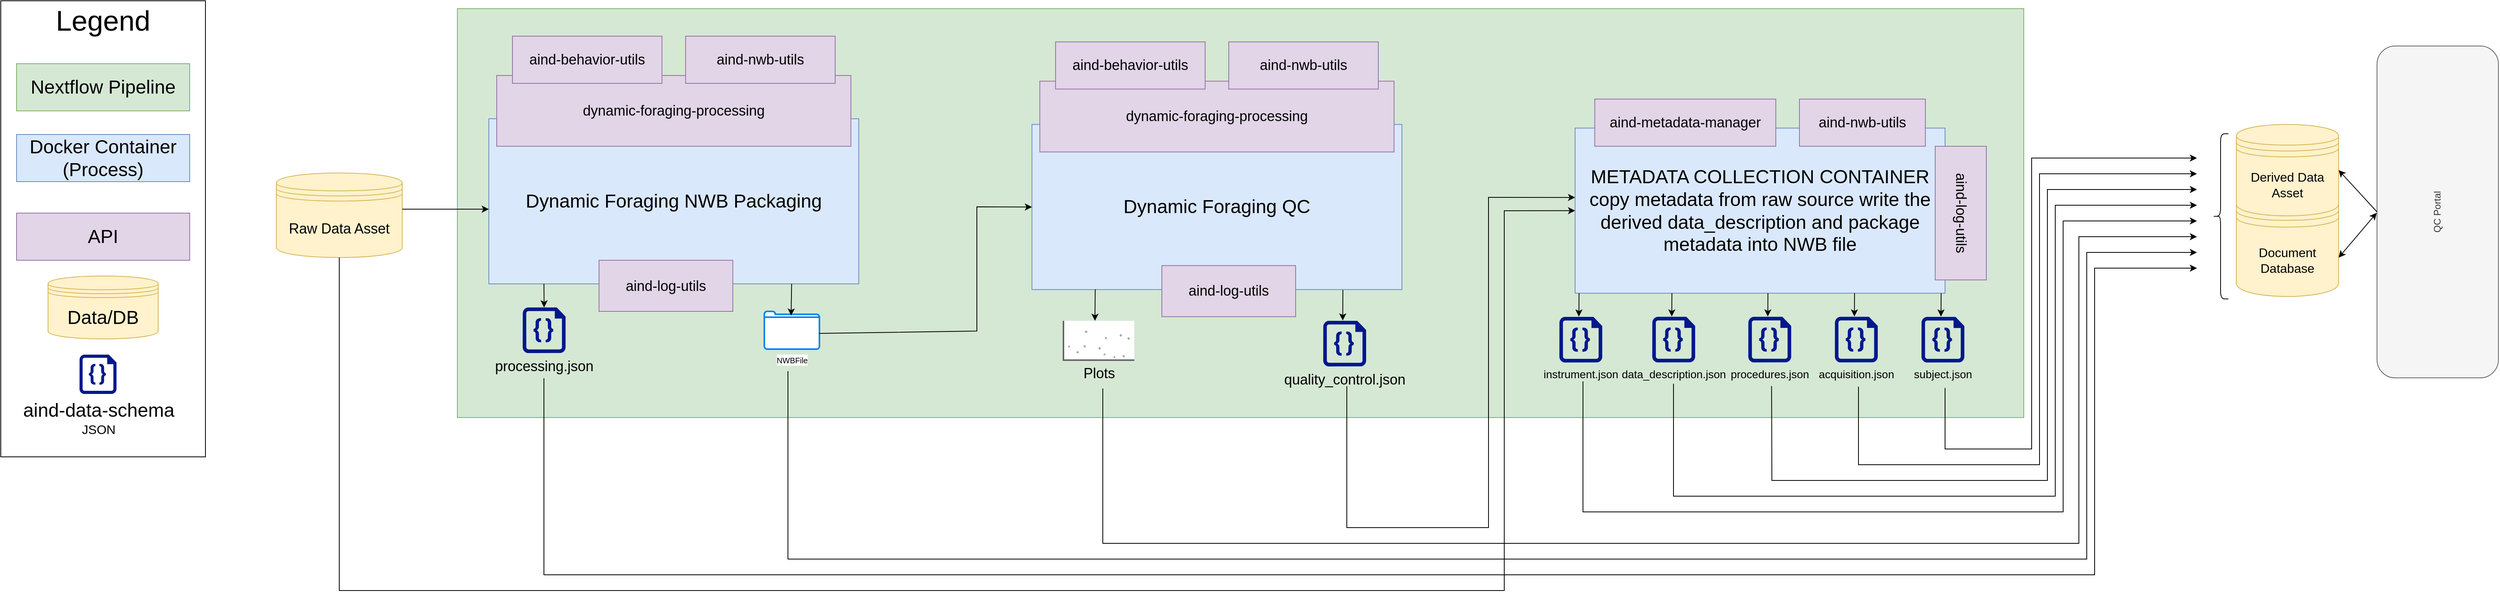
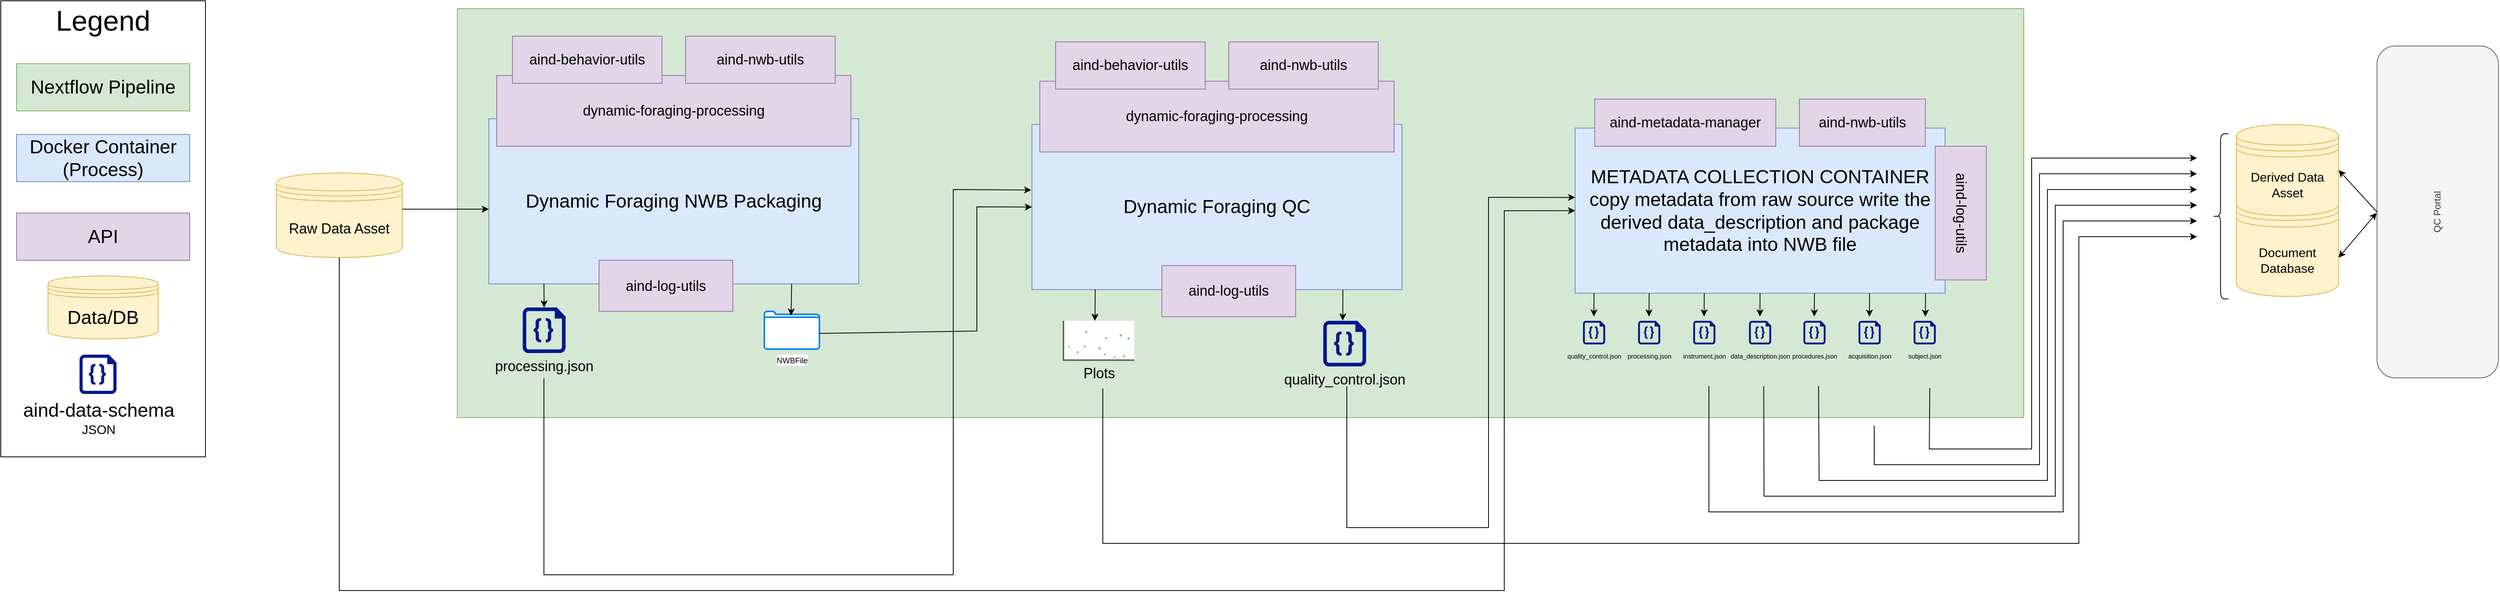
<mxfile host="Electron" agent="Mozilla/5.0 (Windows NT 10.0; Win64; x64) AppleWebKit/537.36 (KHTML, like Gecko) draw.io/29.2.9 Chrome/140.0.7339.249 Electron/38.7.2 Safari/537.36" version="29.2.9">
  <diagram name="Page-1" id="vGwxghS2Jf0l3ObwOOUD">
-     <mxGraphModel dx="1216" dy="1235" grid="1" gridSize="10" guides="1" tooltips="1" connect="1" arrows="1" fold="1" page="1" pageScale="1" pageWidth="850" pageHeight="1100" math="0" shadow="0">
+     <mxGraphModel dx="579" dy="1084" grid="1" gridSize="10" guides="1" tooltips="1" connect="1" arrows="1" fold="1" page="1" pageScale="1" pageWidth="850" pageHeight="1100" math="0" shadow="0">
      <root>
        <mxCell id="0" />
        <mxCell id="1" parent="0" />
        <mxCell id="ucD0ku87yjtAbwI87e6s-2" parent="1" style="rounded=0;whiteSpace=wrap;html=1;fillColor=#d5e8d4;strokeColor=#82b366;" value="" vertex="1">
          <mxGeometry height="520" width="1990" x="1430" y="360" as="geometry" />
        </mxCell>
        <mxCell id="ucD0ku87yjtAbwI87e6s-4" parent="1" style="shape=datastore;whiteSpace=wrap;html=1;fillColor=#fff2cc;strokeColor=#d6b656;" value="&lt;font style=&quot;font-size: 18px;&quot;&gt;Raw Data Asset&lt;/font&gt;" vertex="1">
          <mxGeometry height="107.5" width="160" x="1200" y="568.97" as="geometry" />
        </mxCell>
        <mxCell id="ucD0ku87yjtAbwI87e6s-8" parent="1" style="rounded=0;whiteSpace=wrap;html=1;fillColor=#dae8fc;strokeColor=#6c8ebf;" value="&lt;span style=&quot;font-size: 24px;&quot;&gt;METADATA COLLECTION CONTAINER&lt;/span&gt;&lt;br&gt;&lt;div&gt;&lt;font style=&quot;font-size: 24px;&quot;&gt;copy metadata from raw source write the derived data_description and package metadata into NWB file&lt;/font&gt;&lt;/div&gt;" vertex="1">
          <mxGeometry height="210" width="470" x="2850" y="511.88" as="geometry" />
        </mxCell>
        <mxCell id="ucD0ku87yjtAbwI87e6s-9" parent="1" style="rounded=0;whiteSpace=wrap;html=1;fillColor=#e1d5e7;strokeColor=#9673a6;" value="&lt;font style=&quot;font-size: 18px;&quot;&gt;aind-metadata-manager&lt;/font&gt;" vertex="1">
          <mxGeometry height="60" width="230" x="2875" y="475" as="geometry" />
        </mxCell>
        <mxCell id="ucD0ku87yjtAbwI87e6s-10" parent="1" style="rounded=0;whiteSpace=wrap;html=1;rotation=90;fillColor=#e1d5e7;strokeColor=#9673a6;" value="&lt;font style=&quot;font-size: 18px;&quot;&gt;aind-log-utils&lt;/font&gt;" vertex="1">
          <mxGeometry height="65" width="170" x="3255" y="587.5" as="geometry" />
        </mxCell>
        <mxCell id="ucD0ku87yjtAbwI87e6s-11" parent="1" style="rounded=0;whiteSpace=wrap;html=1;fillColor=#e1d5e7;strokeColor=#9673a6;" value="&lt;font style=&quot;font-size: 18px;&quot;&gt;aind-nwb-utils&lt;/font&gt;" vertex="1">
          <mxGeometry height="60" width="160" x="3135" y="475" as="geometry" />
        </mxCell>
        <mxCell id="ucD0ku87yjtAbwI87e6s-12" connectable="0" parent="1" style="group;fillColor=#fff2cc;strokeColor=#d6b656;" value="" vertex="1">
          <mxGeometry height="580" width="260" x="850" y="350" as="geometry" />
        </mxCell>
        <mxCell id="ucD0ku87yjtAbwI87e6s-13" parent="ucD0ku87yjtAbwI87e6s-12" style="rounded=0;whiteSpace=wrap;html=1;" value="" vertex="1">
          <mxGeometry height="580" width="260" as="geometry" />
        </mxCell>
        <mxCell id="ucD0ku87yjtAbwI87e6s-14" parent="ucD0ku87yjtAbwI87e6s-12" style="text;html=1;whiteSpace=wrap;strokeColor=none;fillColor=none;align=center;verticalAlign=middle;rounded=0;" value="&lt;font style=&quot;font-size: 36px;&quot;&gt;Legend&lt;/font&gt;" vertex="1">
          <mxGeometry height="30" width="60" x="100" y="10" as="geometry" />
        </mxCell>
        <mxCell id="ucD0ku87yjtAbwI87e6s-15" parent="ucD0ku87yjtAbwI87e6s-12" style="rounded=0;whiteSpace=wrap;html=1;fillColor=#d5e8d4;strokeColor=#82b366;" value="&lt;font style=&quot;font-size: 24px;&quot;&gt;Nextflow Pipeline&lt;/font&gt;" vertex="1">
          <mxGeometry height="60" width="220" x="20" y="80" as="geometry" />
        </mxCell>
        <mxCell id="ucD0ku87yjtAbwI87e6s-16" parent="ucD0ku87yjtAbwI87e6s-12" style="rounded=0;whiteSpace=wrap;html=1;fillColor=#dae8fc;strokeColor=#6c8ebf;" value="&lt;font style=&quot;font-size: 24px;&quot;&gt;Docker Container (Process)&lt;/font&gt;" vertex="1">
          <mxGeometry height="60" width="220" x="20" y="170" as="geometry" />
        </mxCell>
        <mxCell id="ucD0ku87yjtAbwI87e6s-17" parent="ucD0ku87yjtAbwI87e6s-12" style="rounded=0;whiteSpace=wrap;html=1;fillColor=#e1d5e7;strokeColor=#9673a6;" value="&lt;font style=&quot;font-size: 24px;&quot;&gt;API&lt;/font&gt;" vertex="1">
          <mxGeometry height="60" width="220" x="20" y="270" as="geometry" />
        </mxCell>
        <mxCell id="ucD0ku87yjtAbwI87e6s-18" parent="ucD0ku87yjtAbwI87e6s-12" style="shape=datastore;whiteSpace=wrap;html=1;fillColor=#fff2cc;strokeColor=#d6b656;" value="&lt;font style=&quot;font-size: 24px;&quot;&gt;Data/DB&lt;/font&gt;" vertex="1">
          <mxGeometry height="80" width="140" x="60" y="350" as="geometry" />
        </mxCell>
        <mxCell id="ucD0ku87yjtAbwI87e6s-19" parent="ucD0ku87yjtAbwI87e6s-12" style="sketch=0;aspect=fixed;pointerEvents=1;shadow=0;dashed=0;html=1;strokeColor=none;labelPosition=center;verticalLabelPosition=bottom;verticalAlign=top;align=center;fillColor=#00188D;shape=mxgraph.azure.code_file" value="&lt;font style=&quot;font-size: 24px;&quot;&gt;aind-data-schema&lt;/font&gt;&lt;div&gt;&lt;font size=&quot;3&quot;&gt;JSON&lt;/font&gt;&lt;/div&gt;" vertex="1">
          <mxGeometry height="50" width="47" x="100" y="450" as="geometry" />
        </mxCell>
        <mxCell id="ucD0ku87yjtAbwI87e6s-22" parent="1" style="rounded=0;whiteSpace=wrap;html=1;fillColor=#dae8fc;strokeColor=#6c8ebf;" value="&lt;span style=&quot;font-size: 24px;&quot;&gt;Dynamic Foraging NWB Packaging&lt;/span&gt;" vertex="1">
          <mxGeometry height="210" width="470" x="1470" y="500" as="geometry" />
        </mxCell>
        <mxCell id="ucD0ku87yjtAbwI87e6s-23" parent="1" style="rounded=0;whiteSpace=wrap;html=1;fillColor=#e1d5e7;strokeColor=#9673a6;" value="&lt;font style=&quot;font-size: 18px;&quot;&gt;dynamic-foraging-processing&lt;/font&gt;" vertex="1">
          <mxGeometry height="90" width="450" x="1480" y="445" as="geometry" />
        </mxCell>
        <mxCell id="ucD0ku87yjtAbwI87e6s-24" parent="1" style="rounded=0;whiteSpace=wrap;html=1;fillColor=#e1d5e7;strokeColor=#9673a6;" value="&lt;font style=&quot;font-size: 18px;&quot;&gt;aind-nwb-utils&lt;/font&gt;" vertex="1">
          <mxGeometry height="60" width="190" x="1720" y="395" as="geometry" />
        </mxCell>
        <mxCell id="ucD0ku87yjtAbwI87e6s-25" parent="1" style="rounded=0;whiteSpace=wrap;html=1;fillColor=#e1d5e7;strokeColor=#9673a6;" value="&lt;font style=&quot;font-size: 18px;&quot;&gt;aind-behavior-utils&lt;/font&gt;" vertex="1">
          <mxGeometry height="60" width="190" x="1500" y="395" as="geometry" />
        </mxCell>
        <mxCell id="ucD0ku87yjtAbwI87e6s-26" parent="1" style="rounded=0;whiteSpace=wrap;html=1;rotation=0;fillColor=#e1d5e7;strokeColor=#9673a6;" value="&lt;font style=&quot;font-size: 18px;&quot;&gt;aind-log-utils&lt;/font&gt;" vertex="1">
          <mxGeometry height="65" width="170" x="1610" y="680" as="geometry" />
        </mxCell>
        <mxCell id="ucD0ku87yjtAbwI87e6s-33" parent="1" style="shape=datastore;whiteSpace=wrap;html=1;fillColor=#fff2cc;strokeColor=#d6b656;" value="&lt;font size=&quot;3&quot;&gt;Document Database&lt;/font&gt;" vertex="1">
          <mxGeometry height="135" width="130" x="3690" y="591.01" as="geometry" />
        </mxCell>
        <mxCell id="ucD0ku87yjtAbwI87e6s-34" parent="1" style="shape=datastore;whiteSpace=wrap;html=1;fillColor=#fff2cc;strokeColor=#d6b656;" value="&lt;font size=&quot;3&quot;&gt;Derived Data Asset&lt;/font&gt;" vertex="1">
          <mxGeometry height="116.25" width="130" x="3690" y="507.26" as="geometry" />
        </mxCell>
        <mxCell id="ucD0ku87yjtAbwI87e6s-37" parent="1" style="rounded=1;whiteSpace=wrap;html=1;rotation=-90;fillColor=#f5f5f5;strokeColor=#666666;fontColor=#333333;" value="QC Portal" vertex="1">
          <mxGeometry height="154.25" width="422.06" x="3734.85" y="541.35" as="geometry" />
        </mxCell>
        <mxCell id="ucD0ku87yjtAbwI87e6s-38" edge="1" parent="1" source="ucD0ku87yjtAbwI87e6s-37" style="endArrow=classic;html=1;rounded=0;exitX=0.5;exitY=0;exitDx=0;exitDy=0;entryX=1;entryY=0.5;entryDx=0;entryDy=0;" target="ucD0ku87yjtAbwI87e6s-34" value="">
          <mxGeometry height="50" relative="1" width="50" as="geometry">
            <mxPoint x="3860" y="586.63" as="sourcePoint" />
            <mxPoint x="3830" y="826.63" as="targetPoint" />
          </mxGeometry>
        </mxCell>
        <mxCell id="ucD0ku87yjtAbwI87e6s-39" edge="1" parent="1" style="endArrow=classic;startArrow=classic;html=1;rounded=0;entryX=0.497;entryY=-0.003;entryDx=0;entryDy=0;entryPerimeter=0;" target="ucD0ku87yjtAbwI87e6s-37" value="">
          <mxGeometry height="50" relative="1" width="50" as="geometry">
            <mxPoint x="3820" y="676.63" as="sourcePoint" />
            <mxPoint x="3870" y="626.63" as="targetPoint" />
          </mxGeometry>
        </mxCell>
        <mxCell id="XBMijPbnRn5yzxOUSNuw-1" parent="1" style="sketch=0;aspect=fixed;pointerEvents=1;shadow=0;dashed=0;html=1;strokeColor=none;labelPosition=center;verticalLabelPosition=bottom;verticalAlign=top;align=center;fillColor=#00188D;shape=mxgraph.azure.code_file" value="&lt;span style=&quot;font-size: 18px;&quot;&gt;processing.json&lt;/span&gt;" vertex="1">
          <mxGeometry height="58" width="54.52" x="1513" y="740" as="geometry" />
        </mxCell>
        <mxCell id="XBMijPbnRn5yzxOUSNuw-2" parent="1" style="sketch=0;aspect=fixed;pointerEvents=1;shadow=0;dashed=0;html=1;strokeColor=none;labelPosition=center;verticalLabelPosition=bottom;verticalAlign=top;align=center;fillColor=#00188D;shape=mxgraph.azure.code_file" value="&lt;span style=&quot;font-size: 18px;&quot;&gt;quality_control.json&lt;/span&gt;" vertex="1">
          <mxGeometry height="58" width="54.52" x="2530" y="757" as="geometry" />
        </mxCell>
        <mxCell id="XBMijPbnRn5yzxOUSNuw-3" edge="1" parent="1" source="ucD0ku87yjtAbwI87e6s-22" style="endArrow=classic;html=1;rounded=0;exitX=0.149;exitY=1;exitDx=0;exitDy=0;exitPerimeter=0;entryX=0.5;entryY=0;entryDx=0;entryDy=0;entryPerimeter=0;" target="XBMijPbnRn5yzxOUSNuw-1" value="">
          <mxGeometry height="50" relative="1" width="50" as="geometry">
            <mxPoint x="1570" y="950" as="sourcePoint" />
            <mxPoint x="1620" y="900" as="targetPoint" />
          </mxGeometry>
        </mxCell>
        <mxCell id="XBMijPbnRn5yzxOUSNuw-4" edge="1" parent="1" style="endArrow=classic;html=1;rounded=0;exitX=0.149;exitY=1;exitDx=0;exitDy=0;exitPerimeter=0;entryX=0.455;entryY=-0.007;entryDx=0;entryDy=0;entryPerimeter=0;" target="XBMijPbnRn5yzxOUSNuw-2" value="">
          <mxGeometry height="50" relative="1" width="50" as="geometry">
            <mxPoint x="2555" y="717.26" as="sourcePoint" />
            <mxPoint x="2555" y="747.26" as="targetPoint" />
          </mxGeometry>
        </mxCell>
        <mxCell id="ac3s_IaSw4kxKbjggmrB-1" parent="1" style="rounded=0;whiteSpace=wrap;html=1;fillColor=#dae8fc;strokeColor=#6c8ebf;" value="&lt;div&gt;&lt;font style=&quot;font-size: 24px;&quot;&gt;Dynamic Foraging QC&lt;/font&gt;&lt;/div&gt;" vertex="1">
          <mxGeometry height="210" width="470" x="2160" y="507.26" as="geometry" />
        </mxCell>
        <mxCell id="ac3s_IaSw4kxKbjggmrB-3" parent="1" style="rounded=0;whiteSpace=wrap;html=1;rotation=0;fillColor=#e1d5e7;strokeColor=#9673a6;" value="&lt;font style=&quot;font-size: 18px;&quot;&gt;aind-log-utils&lt;/font&gt;" vertex="1">
          <mxGeometry height="65" width="170" x="2325" y="686.75" as="geometry" />
        </mxCell>
        <mxCell id="ac3s_IaSw4kxKbjggmrB-5" parent="1" style="rounded=0;whiteSpace=wrap;html=1;fillColor=#e1d5e7;strokeColor=#9673a6;" value="&lt;font style=&quot;font-size: 18px;&quot;&gt;dynamic-foraging-processing&lt;/font&gt;" vertex="1">
          <mxGeometry height="90" width="450" x="2170" y="452.25" as="geometry" />
        </mxCell>
        <mxCell id="ac3s_IaSw4kxKbjggmrB-6" parent="1" style="rounded=0;whiteSpace=wrap;html=1;fillColor=#e1d5e7;strokeColor=#9673a6;" value="&lt;font style=&quot;font-size: 18px;&quot;&gt;aind-nwb-utils&lt;/font&gt;" vertex="1">
          <mxGeometry height="60" width="190" x="2410" y="402.25" as="geometry" />
        </mxCell>
        <mxCell id="ac3s_IaSw4kxKbjggmrB-7" parent="1" style="rounded=0;whiteSpace=wrap;html=1;fillColor=#e1d5e7;strokeColor=#9673a6;" value="&lt;font style=&quot;font-size: 18px;&quot;&gt;aind-behavior-utils&lt;/font&gt;" vertex="1">
          <mxGeometry height="60" width="190" x="2190" y="402.25" as="geometry" />
        </mxCell>
        <mxCell id="ac3s_IaSw4kxKbjggmrB-8" parent="1" style="verticalLabelPosition=bottom;shadow=0;dashed=0;align=center;html=1;verticalAlign=top;strokeWidth=1;shape=mxgraph.mockup.graphics.plotChart;strokeColor=none;strokeColor2=#aaaaaa;strokeColor3=#666666;fillColor2=#99aaff,#0022ff,#008cff;" value="&lt;font style=&quot;font-size: 18px;&quot;&gt;Plots&lt;/font&gt;" vertex="1">
          <mxGeometry height="50" width="90" x="2200" y="757" as="geometry" />
        </mxCell>
        <mxCell id="ac3s_IaSw4kxKbjggmrB-10" edge="1" parent="1" source="ac3s_IaSw4kxKbjggmrB-1" style="endArrow=classic;html=1;rounded=0;exitX=0.171;exitY=0.999;exitDx=0;exitDy=0;exitPerimeter=0;" value="">
          <mxGeometry height="50" relative="1" width="50" as="geometry">
            <mxPoint x="2240" y="724.26" as="sourcePoint" />
            <mxPoint x="2240" y="757" as="targetPoint" />
          </mxGeometry>
        </mxCell>
        <mxCell id="ac3s_IaSw4kxKbjggmrB-11" parent="1" style="html=1;verticalLabelPosition=bottom;align=center;labelBackgroundColor=#ffffff;verticalAlign=top;strokeWidth=2;strokeColor=#0080F0;shadow=0;dashed=0;shape=mxgraph.ios7.icons.folder;" value="&lt;font size=&quot;1&quot;&gt;NWBFile&lt;/font&gt;" vertex="1">
          <mxGeometry height="48" width="70" x="1820" y="745" as="geometry" />
        </mxCell>
        <mxCell id="ac3s_IaSw4kxKbjggmrB-12" edge="1" parent="1" style="endArrow=classic;html=1;rounded=0;exitX=0.149;exitY=1;exitDx=0;exitDy=0;exitPerimeter=0;entryX=0.486;entryY=0.111;entryDx=0;entryDy=0;entryPerimeter=0;" target="ac3s_IaSw4kxKbjggmrB-11" value="">
          <mxGeometry height="50" relative="1" width="50" as="geometry">
            <mxPoint x="1854.69" y="710" as="sourcePoint" />
            <mxPoint x="1854.69" y="740" as="targetPoint" />
          </mxGeometry>
        </mxCell>
-         <mxCell id="ac3s_IaSw4kxKbjggmrB-15" parent="1" style="sketch=0;aspect=fixed;pointerEvents=1;shadow=0;dashed=0;html=1;strokeColor=none;labelPosition=center;verticalLabelPosition=bottom;verticalAlign=top;align=center;fillColor=#00188D;shape=mxgraph.azure.code_file" value="&lt;font style=&quot;font-size: 14px;&quot;&gt;data_description.json&lt;/font&gt;" vertex="1">
-           <mxGeometry height="58" width="54.52" x="2948" y="751.88" as="geometry" />
-         </mxCell>
-         <mxCell id="ac3s_IaSw4kxKbjggmrB-16" edge="1" parent="1" style="endArrow=classic;html=1;rounded=0;exitX=0.149;exitY=1;exitDx=0;exitDy=0;exitPerimeter=0;entryX=0.455;entryY=-0.007;entryDx=0;entryDy=0;entryPerimeter=0;" target="ac3s_IaSw4kxKbjggmrB-15" value="">
-           <mxGeometry height="50" relative="1" width="50" as="geometry">
-             <mxPoint x="2973" y="721.88" as="sourcePoint" />
-             <mxPoint x="2973" y="751.88" as="targetPoint" />
-           </mxGeometry>
-         </mxCell>
-         <mxCell id="ac3s_IaSw4kxKbjggmrB-19" parent="1" style="sketch=0;aspect=fixed;pointerEvents=1;shadow=0;dashed=0;html=1;strokeColor=none;labelPosition=center;verticalLabelPosition=bottom;verticalAlign=top;align=center;fillColor=#00188D;shape=mxgraph.azure.code_file" value="&lt;font style=&quot;font-size: 14px;&quot;&gt;acquisition.json&lt;/font&gt;" vertex="1">
-           <mxGeometry height="58" width="54.52" x="3180" y="751.88" as="geometry" />
-         </mxCell>
-         <mxCell id="ac3s_IaSw4kxKbjggmrB-20" edge="1" parent="1" style="endArrow=classic;html=1;rounded=0;exitX=0.149;exitY=1;exitDx=0;exitDy=0;exitPerimeter=0;entryX=0.455;entryY=-0.007;entryDx=0;entryDy=0;entryPerimeter=0;" target="ac3s_IaSw4kxKbjggmrB-19" value="">
-           <mxGeometry height="50" relative="1" width="50" as="geometry">
-             <mxPoint x="3205" y="721.88" as="sourcePoint" />
-             <mxPoint x="3205" y="751.88" as="targetPoint" />
-           </mxGeometry>
-         </mxCell>
-         <mxCell id="ac3s_IaSw4kxKbjggmrB-23" parent="1" style="sketch=0;aspect=fixed;pointerEvents=1;shadow=0;dashed=0;html=1;strokeColor=none;labelPosition=center;verticalLabelPosition=bottom;verticalAlign=top;align=center;fillColor=#00188D;shape=mxgraph.azure.code_file" value="&lt;font style=&quot;font-size: 14px;&quot;&gt;instrument.json&lt;/font&gt;" vertex="1">
-           <mxGeometry height="58" width="54.52" x="2830" y="752" as="geometry" />
-         </mxCell>
-         <mxCell id="ac3s_IaSw4kxKbjggmrB-24" edge="1" parent="1" style="endArrow=classic;html=1;rounded=0;exitX=0.149;exitY=1;exitDx=0;exitDy=0;exitPerimeter=0;entryX=0.455;entryY=-0.007;entryDx=0;entryDy=0;entryPerimeter=0;" target="ac3s_IaSw4kxKbjggmrB-23" value="">
-           <mxGeometry height="50" relative="1" width="50" as="geometry">
-             <mxPoint x="2855" y="722" as="sourcePoint" />
-             <mxPoint x="2855" y="752" as="targetPoint" />
-           </mxGeometry>
-         </mxCell>
-         <mxCell id="ac3s_IaSw4kxKbjggmrB-25" parent="1" style="sketch=0;aspect=fixed;pointerEvents=1;shadow=0;dashed=0;html=1;strokeColor=none;labelPosition=center;verticalLabelPosition=bottom;verticalAlign=top;align=center;fillColor=#00188D;shape=mxgraph.azure.code_file" value="&lt;font style=&quot;font-size: 14px;&quot;&gt;subject.json&lt;/font&gt;" vertex="1">
-           <mxGeometry height="58" width="54.52" x="3290" y="752" as="geometry" />
-         </mxCell>
-         <mxCell id="ac3s_IaSw4kxKbjggmrB-26" edge="1" parent="1" style="endArrow=classic;html=1;rounded=0;exitX=0.149;exitY=1;exitDx=0;exitDy=0;exitPerimeter=0;entryX=0.455;entryY=-0.007;entryDx=0;entryDy=0;entryPerimeter=0;" target="ac3s_IaSw4kxKbjggmrB-25" value="">
-           <mxGeometry height="50" relative="1" width="50" as="geometry">
-             <mxPoint x="3315" y="722" as="sourcePoint" />
-             <mxPoint x="3315" y="752" as="targetPoint" />
-           </mxGeometry>
-         </mxCell>
-         <mxCell id="ac3s_IaSw4kxKbjggmrB-27" parent="1" style="sketch=0;aspect=fixed;pointerEvents=1;shadow=0;dashed=0;html=1;strokeColor=none;labelPosition=center;verticalLabelPosition=bottom;verticalAlign=top;align=center;fillColor=#00188D;shape=mxgraph.azure.code_file" value="&lt;font style=&quot;font-size: 14px;&quot;&gt;procedures.json&lt;/font&gt;" vertex="1">
-           <mxGeometry height="58" width="54.52" x="3070" y="751.88" as="geometry" />
-         </mxCell>
-         <mxCell id="ac3s_IaSw4kxKbjggmrB-28" edge="1" parent="1" style="endArrow=classic;html=1;rounded=0;exitX=0.149;exitY=1;exitDx=0;exitDy=0;exitPerimeter=0;entryX=0.455;entryY=-0.007;entryDx=0;entryDy=0;entryPerimeter=0;" target="ac3s_IaSw4kxKbjggmrB-27" value="">
-           <mxGeometry height="50" relative="1" width="50" as="geometry">
-             <mxPoint x="3095" y="721.88" as="sourcePoint" />
-             <mxPoint x="3095" y="751.88" as="targetPoint" />
-           </mxGeometry>
-         </mxCell>
-         <mxCell id="ac3s_IaSw4kxKbjggmrB-29" edge="1" parent="1" style="endArrow=classic;html=1;rounded=0;" value="">
+         <mxCell id="ac3s_IaSw4kxKbjggmrB-16" edge="1" parent="1" style="endArrow=classic;html=1;rounded=0;exitX=0.149;exitY=1;exitDx=0;exitDy=0;exitPerimeter=0;entryX=0.455;entryY=-0.007;entryDx=0;entryDy=0;entryPerimeter=0;" value="">
+           <mxGeometry height="50" relative="1" width="50" as="geometry">
+             <mxPoint x="3014.08" y="721.88" as="sourcePoint" />
+             <mxPoint x="3013.8866" y="751.4739999999999" as="targetPoint" />
+           </mxGeometry>
+         </mxCell>
+         <mxCell id="ac3s_IaSw4kxKbjggmrB-24" edge="1" parent="1" style="endArrow=classic;html=1;rounded=0;exitX=0.149;exitY=1;exitDx=0;exitDy=0;exitPerimeter=0;entryX=0.455;entryY=-0.007;entryDx=0;entryDy=0;entryPerimeter=0;" value="">
+           <mxGeometry height="50" relative="1" width="50" as="geometry">
+             <mxPoint x="2874.08" y="721.88" as="sourcePoint" />
+             <mxPoint x="2873.8866" y="751.474" as="targetPoint" />
+           </mxGeometry>
+         </mxCell>
+         <mxCell id="ac3s_IaSw4kxKbjggmrB-25" parent="1" style="sketch=0;aspect=fixed;pointerEvents=1;shadow=0;dashed=0;html=1;strokeColor=none;labelPosition=center;verticalLabelPosition=bottom;verticalAlign=top;align=center;fillColor=#00188D;shape=mxgraph.azure.code_file" value="&lt;font style=&quot;font-size: 8px;&quot;&gt;subject.json&lt;/font&gt;" vertex="1">
+           <mxGeometry height="30" width="28.2" x="3280" y="757" as="geometry" />
+         </mxCell>
+         <mxCell id="ac3s_IaSw4kxKbjggmrB-28" edge="1" parent="1" style="endArrow=classic;html=1;rounded=0;exitX=0.149;exitY=1;exitDx=0;exitDy=0;exitPerimeter=0;entryX=0.455;entryY=-0.007;entryDx=0;entryDy=0;entryPerimeter=0;" value="">
+           <mxGeometry height="50" relative="1" width="50" as="geometry">
+             <mxPoint x="3084.98" y="721.88" as="sourcePoint" />
+             <mxPoint x="3084.7866" y="751.4739999999999" as="targetPoint" />
+           </mxGeometry>
+         </mxCell>
+         <mxCell id="ac3s_IaSw4kxKbjggmrB-29" edge="1" parent="1" style="endArrow=classic;html=1;rounded=0;entryX=-0.002;entryY=0.397;entryDx=0;entryDy=0;entryPerimeter=0;" target="ac3s_IaSw4kxKbjggmrB-1" value="">
          <mxGeometry height="50" relative="1" width="50" as="geometry">
            <Array as="points">
              <mxPoint x="1540" y="1080" />
-               <mxPoint x="3510" y="1080" />
-               <mxPoint x="3510" y="690" />
+               <mxPoint x="2060" y="1080" />
+               <mxPoint x="2060" y="590" />
            </Array>
            <mxPoint x="1540" y="830" as="sourcePoint" />
            <mxPoint x="3640" y="690" as="targetPoint" />
-           </mxGeometry>
-         </mxCell>
-         <mxCell id="ac3s_IaSw4kxKbjggmrB-30" edge="1" parent="1" style="endArrow=classic;html=1;rounded=0;" value="">
-           <mxGeometry height="50" relative="1" width="50" as="geometry">
-             <Array as="points">
-               <mxPoint x="1850" y="1060" />
-               <mxPoint x="3500" y="1060" />
-               <mxPoint x="3500" y="670" />
-             </Array>
-             <mxPoint x="1850" y="821" as="sourcePoint" />
-             <mxPoint x="3640" y="670" as="targetPoint" />
          </mxGeometry>
        </mxCell>
        <mxCell id="ac3s_IaSw4kxKbjggmrB-31" edge="1" parent="1" style="endArrow=classic;html=1;rounded=0;" value="">
          <mxGeometry height="50" relative="1" width="50" as="geometry">
            <Array as="points">
              <mxPoint x="2250" y="1040" />
              <mxPoint x="3490" y="1040" />
              <mxPoint x="3490" y="650" />
            </Array>
            <mxPoint x="2250" y="842.94" as="sourcePoint" />
            <mxPoint x="3640" y="650" as="targetPoint" />
          </mxGeometry>
        </mxCell>
        <mxCell id="ac3s_IaSw4kxKbjggmrB-33" edge="1" parent="1" source="ac3s_IaSw4kxKbjggmrB-11" style="endArrow=classic;html=1;rounded=0;entryX=0;entryY=0.5;entryDx=0;entryDy=0;exitX=0.992;exitY=0.583;exitDx=0;exitDy=0;exitPerimeter=0;" target="ac3s_IaSw4kxKbjggmrB-1" value="">
          <mxGeometry height="50" relative="1" width="50" as="geometry">
            <Array as="points">
              <mxPoint x="2090" y="770" />
              <mxPoint x="2090" y="612" />
            </Array>
            <mxPoint x="1900" y="770" as="sourcePoint" />
            <mxPoint x="1950" y="720" as="targetPoint" />
          </mxGeometry>
        </mxCell>
        <mxCell id="ac3s_IaSw4kxKbjggmrB-34" edge="1" parent="1" style="endArrow=classic;html=1;rounded=0;" value="">
          <mxGeometry height="50" relative="1" width="50" as="geometry">
            <mxPoint x="1360" y="615" as="sourcePoint" />
            <mxPoint x="1470" y="615" as="targetPoint" />
          </mxGeometry>
        </mxCell>
        <mxCell id="ac3s_IaSw4kxKbjggmrB-35" edge="1" parent="1" source="ucD0ku87yjtAbwI87e6s-4" style="endArrow=classic;html=1;rounded=0;entryX=0;entryY=0.5;entryDx=0;entryDy=0;exitX=0.5;exitY=1;exitDx=0;exitDy=0;" target="ucD0ku87yjtAbwI87e6s-8" value="">
          <mxGeometry height="50" relative="1" width="50" as="geometry">
            <Array as="points">
              <mxPoint x="1280" y="1100" />
              <mxPoint x="2760" y="1100" />
              <mxPoint x="2760" y="617" />
            </Array>
            <mxPoint x="1296" y="596.85" as="sourcePoint" />
            <mxPoint x="1470" y="601.85" as="targetPoint" />
          </mxGeometry>
        </mxCell>
        <mxCell id="ac3s_IaSw4kxKbjggmrB-38" parent="1" style="shape=curlyBracket;whiteSpace=wrap;html=1;rounded=1;labelPosition=left;verticalLabelPosition=middle;align=right;verticalAlign=middle;" value="" vertex="1">
          <mxGeometry height="210" width="20" x="3660" y="519.13" as="geometry" />
        </mxCell>
        <mxCell id="ac3s_IaSw4kxKbjggmrB-39" edge="1" parent="1" style="endArrow=classic;html=1;rounded=0;entryX=0;entryY=0.42;entryDx=0;entryDy=0;entryPerimeter=0;" target="ucD0ku87yjtAbwI87e6s-8" value="">
          <mxGeometry height="50" relative="1" width="50" as="geometry">
            <Array as="points">
              <mxPoint x="2560" y="1020" />
              <mxPoint x="2740" y="1020" />
              <mxPoint x="2740" y="600" />
            </Array>
            <mxPoint x="2560" y="840.12" as="sourcePoint" />
            <mxPoint x="3640" y="640" as="targetPoint" />
          </mxGeometry>
        </mxCell>
-         <mxCell id="ac3s_IaSw4kxKbjggmrB-41" edge="1" parent="1" style="endArrow=classic;html=1;rounded=0;" value="">
-           <mxGeometry height="50" relative="1" width="50" as="geometry">
-             <Array as="points">
-               <mxPoint x="2860" y="1000" />
+         <mxCell id="ac3s_IaSw4kxKbjggmrB-41" edge="1" parent="1" source="ucD0ku87yjtAbwI87e6s-2" style="endArrow=classic;html=1;rounded=0;exitX=0.799;exitY=0.923;exitDx=0;exitDy=0;exitPerimeter=0;" value="">
+           <mxGeometry height="50" relative="1" width="50" as="geometry">
+             <Array as="points">
+               <mxPoint x="3020" y="1000" />
              <mxPoint x="3470" y="1000" />
              <mxPoint x="3470" y="630" />
            </Array>
            <mxPoint x="2860" y="833.9507692307693" as="sourcePoint" />
            <mxPoint x="3640" y="630" as="targetPoint" />
          </mxGeometry>
        </mxCell>
-         <mxCell id="ac3s_IaSw4kxKbjggmrB-42" edge="1" parent="1" style="endArrow=classic;html=1;rounded=0;" value="">
-           <mxGeometry height="50" relative="1" width="50" as="geometry">
-             <Array as="points">
-               <mxPoint x="2975" y="980" />
+         <mxCell id="ac3s_IaSw4kxKbjggmrB-42" edge="1" parent="1" source="ucD0ku87yjtAbwI87e6s-2" style="endArrow=classic;html=1;rounded=0;exitX=0.834;exitY=0.923;exitDx=0;exitDy=0;exitPerimeter=0;" value="">
+           <mxGeometry height="50" relative="1" width="50" as="geometry">
+             <Array as="points">
+               <mxPoint x="3090" y="980" />
              <mxPoint x="3460" y="980" />
              <mxPoint x="3460" y="610" />
            </Array>
            <mxPoint x="2975" y="837.0507692307693" as="sourcePoint" />
            <mxPoint x="3640" y="610" as="targetPoint" />
          </mxGeometry>
        </mxCell>
-         <mxCell id="ac3s_IaSw4kxKbjggmrB-43" edge="1" parent="1" source="ucD0ku87yjtAbwI87e6s-2" style="endArrow=classic;html=1;rounded=0;exitX=0.839;exitY=0.923;exitDx=0;exitDy=0;exitPerimeter=0;" value="">
-           <mxGeometry height="50" relative="1" width="50" as="geometry">
-             <Array as="points">
-               <mxPoint x="3100" y="960" />
+         <mxCell id="ac3s_IaSw4kxKbjggmrB-43" edge="1" parent="1" source="ucD0ku87yjtAbwI87e6s-2" style="endArrow=classic;html=1;rounded=0;exitX=0.869;exitY=0.923;exitDx=0;exitDy=0;exitPerimeter=0;" value="">
+           <mxGeometry height="50" relative="1" width="50" as="geometry">
+             <Array as="points">
+               <mxPoint x="3160" y="960" />
              <mxPoint x="3450" y="960" />
              <mxPoint x="3450" y="590" />
            </Array>
            <mxPoint x="3090" y="840" as="sourcePoint" />
            <mxPoint x="3640" y="590" as="targetPoint" />
          </mxGeometry>
        </mxCell>
        <mxCell id="ac3s_IaSw4kxKbjggmrB-45" edge="1" parent="1" style="endArrow=classic;html=1;rounded=0;" value="">
          <mxGeometry height="50" relative="1" width="50" as="geometry">
            <Array as="points">
-               <mxPoint x="3210" y="940" />
+               <mxPoint x="3230" y="940" />
              <mxPoint x="3440" y="940" />
              <mxPoint x="3440" y="570" />
            </Array>
-             <mxPoint x="3210" y="840.8107692307693" as="sourcePoint" />
+             <mxPoint x="3230" y="890" as="sourcePoint" />
            <mxPoint x="3640" y="570" as="targetPoint" />
          </mxGeometry>
        </mxCell>
-         <mxCell id="ac3s_IaSw4kxKbjggmrB-46" edge="1" parent="1" style="endArrow=classic;html=1;rounded=0;" value="">
-           <mxGeometry height="50" relative="1" width="50" as="geometry">
-             <Array as="points">
-               <mxPoint x="3320" y="920" />
+         <mxCell id="ac3s_IaSw4kxKbjggmrB-46" edge="1" parent="1" source="ucD0ku87yjtAbwI87e6s-2" style="endArrow=classic;html=1;rounded=0;exitX=0.94;exitY=0.928;exitDx=0;exitDy=0;exitPerimeter=0;" value="">
+           <mxGeometry height="50" relative="1" width="50" as="geometry">
+             <Array as="points">
+               <mxPoint x="3300" y="920" />
              <mxPoint x="3430" y="920" />
              <mxPoint x="3430" y="550" />
            </Array>
            <mxPoint x="3320" y="842.4307692307694" as="sourcePoint" />
            <mxPoint x="3640" y="550" as="targetPoint" />
+           </mxGeometry>
+         </mxCell>
+         <mxCell id="pRqk31yts45xJPshIIHP-4" parent="1" style="sketch=0;aspect=fixed;pointerEvents=1;shadow=0;dashed=0;html=1;strokeColor=none;labelPosition=center;verticalLabelPosition=bottom;verticalAlign=top;align=center;fillColor=#00188D;shape=mxgraph.azure.code_file" value="&lt;font style=&quot;font-size: 8px;&quot;&gt;acquisition.json&lt;/font&gt;" vertex="1">
+           <mxGeometry height="30" width="28.2" x="3210" y="757" as="geometry" />
+         </mxCell>
+         <mxCell id="pRqk31yts45xJPshIIHP-5" parent="1" style="sketch=0;aspect=fixed;pointerEvents=1;shadow=0;dashed=0;html=1;strokeColor=none;labelPosition=center;verticalLabelPosition=bottom;verticalAlign=top;align=center;fillColor=#00188D;shape=mxgraph.azure.code_file" value="&lt;font style=&quot;font-size: 8px;&quot;&gt;procedures.json&lt;/font&gt;" vertex="1">
+           <mxGeometry height="30" width="28.2" x="3140" y="757" as="geometry" />
+         </mxCell>
+         <mxCell id="pRqk31yts45xJPshIIHP-6" parent="1" style="sketch=0;aspect=fixed;pointerEvents=1;shadow=0;dashed=0;html=1;strokeColor=none;labelPosition=center;verticalLabelPosition=bottom;verticalAlign=top;align=center;fillColor=#00188D;shape=mxgraph.azure.code_file" value="&lt;font style=&quot;font-size: 8px;&quot;&gt;data_description.json&lt;/font&gt;&lt;span style=&quot;color: rgba(0, 0, 0, 0); font-family: monospace; font-size: 0px; text-align: start;&quot;&gt;%3CmxGraphModel%3E%3Croot%3E%3CmxCell%20id%3D%220%22%2F%3E%3CmxCell%20id%3D%221%22%20parent%3D%220%22%2F%3E%3CmxCell%20id%3D%222%22%20parent%3D%221%22%20style%3D%22sketch%3D0%3Baspect%3Dfixed%3BpointerEvents%3D1%3Bshadow%3D0%3Bdashed%3D0%3Bhtml%3D1%3BstrokeColor%3Dnone%3BlabelPosition%3Dcenter%3BverticalLabelPosition%3Dbottom%3BverticalAlign%3Dtop%3Balign%3Dcenter%3BfillColor%3D%2300188D%3Bshape%3Dmxgraph.azure.code_file%22%20value%3D%22%26lt%3Bfont%20style%3D%26quot%3Bfont-size%3A%208px%3B%26quot%3B%26gt%3Bsubject.json%26lt%3B%2Ffont%26gt%3B%22%20vertex%3D%221%22%3E%3CmxGeometry%20height%3D%2230%22%20width%3D%2228.2%22%20x%3D%223300%22%20y%3D%22754%22%20as%3D%22geometry%22%2F%3E%3C%2FmxCell%3E%3C%2Froot%3E%3C%2FmxGraphModel%3E&lt;/span&gt;" vertex="1">
+           <mxGeometry height="30" width="28.2" x="3070.9" y="757" as="geometry" />
+         </mxCell>
+         <mxCell id="pRqk31yts45xJPshIIHP-7" parent="1" style="sketch=0;aspect=fixed;pointerEvents=1;shadow=0;dashed=0;html=1;strokeColor=none;labelPosition=center;verticalLabelPosition=bottom;verticalAlign=top;align=center;fillColor=#00188D;shape=mxgraph.azure.code_file" value="&lt;font style=&quot;font-size: 8px;&quot;&gt;instrument.json&lt;/font&gt;" vertex="1">
+           <mxGeometry height="30" width="28.2" x="3000" y="757" as="geometry" />
+         </mxCell>
+         <mxCell id="pRqk31yts45xJPshIIHP-8" parent="1" style="sketch=0;aspect=fixed;pointerEvents=1;shadow=0;dashed=0;html=1;strokeColor=none;labelPosition=center;verticalLabelPosition=bottom;verticalAlign=top;align=center;fillColor=#00188D;shape=mxgraph.azure.code_file" value="&lt;font style=&quot;font-size: 8px;&quot;&gt;processing.json&lt;/font&gt;" vertex="1">
+           <mxGeometry height="30" width="28.2" x="2930" y="757" as="geometry" />
+         </mxCell>
+         <mxCell id="pRqk31yts45xJPshIIHP-9" parent="1" style="sketch=0;aspect=fixed;pointerEvents=1;shadow=0;dashed=0;html=1;strokeColor=none;labelPosition=center;verticalLabelPosition=bottom;verticalAlign=top;align=center;fillColor=#00188D;shape=mxgraph.azure.code_file" value="&lt;font style=&quot;font-size: 8px;&quot;&gt;quality_control.json&lt;/font&gt;" vertex="1">
+           <mxGeometry height="30" width="28.2" x="2860" y="757" as="geometry" />
+         </mxCell>
+         <mxCell id="pRqk31yts45xJPshIIHP-12" edge="1" parent="1" style="endArrow=classic;html=1;rounded=0;exitX=0.149;exitY=1;exitDx=0;exitDy=0;exitPerimeter=0;entryX=0.455;entryY=-0.007;entryDx=0;entryDy=0;entryPerimeter=0;" value="">
+           <mxGeometry height="50" relative="1" width="50" as="geometry">
+             <mxPoint x="3295.1934" y="722.16" as="sourcePoint" />
+             <mxPoint x="3295" y="751.7539999999999" as="targetPoint" />
+           </mxGeometry>
+         </mxCell>
+         <mxCell id="pRqk31yts45xJPshIIHP-13" edge="1" parent="1" style="endArrow=classic;html=1;rounded=0;exitX=0.149;exitY=1;exitDx=0;exitDy=0;exitPerimeter=0;entryX=0.455;entryY=-0.007;entryDx=0;entryDy=0;entryPerimeter=0;" value="">
+           <mxGeometry height="50" relative="1" width="50" as="geometry">
+             <mxPoint x="3224.0734" y="722.16" as="sourcePoint" />
+             <mxPoint x="3223.88" y="751.7539999999999" as="targetPoint" />
+           </mxGeometry>
+         </mxCell>
+         <mxCell id="pRqk31yts45xJPshIIHP-14" edge="1" parent="1" style="endArrow=classic;html=1;rounded=0;exitX=0.149;exitY=1;exitDx=0;exitDy=0;exitPerimeter=0;entryX=0.455;entryY=-0.007;entryDx=0;entryDy=0;entryPerimeter=0;" value="">
+           <mxGeometry height="50" relative="1" width="50" as="geometry">
+             <mxPoint x="2944.0734" y="721.88" as="sourcePoint" />
+             <mxPoint x="2943.88" y="751.4739999999999" as="targetPoint" />
+           </mxGeometry>
+         </mxCell>
+         <mxCell id="pRqk31yts45xJPshIIHP-15" edge="1" parent="1" style="endArrow=classic;html=1;rounded=0;exitX=0.149;exitY=1;exitDx=0;exitDy=0;exitPerimeter=0;entryX=0.455;entryY=-0.007;entryDx=0;entryDy=0;entryPerimeter=0;" value="">
+           <mxGeometry height="50" relative="1" width="50" as="geometry">
+             <mxPoint x="3154.0734" y="721.88" as="sourcePoint" />
+             <mxPoint x="3153.88" y="751.4739999999999" as="targetPoint" />
          </mxGeometry>
        </mxCell>
      </root>
    </mxGraphModel>
  </diagram>
</mxfile>
